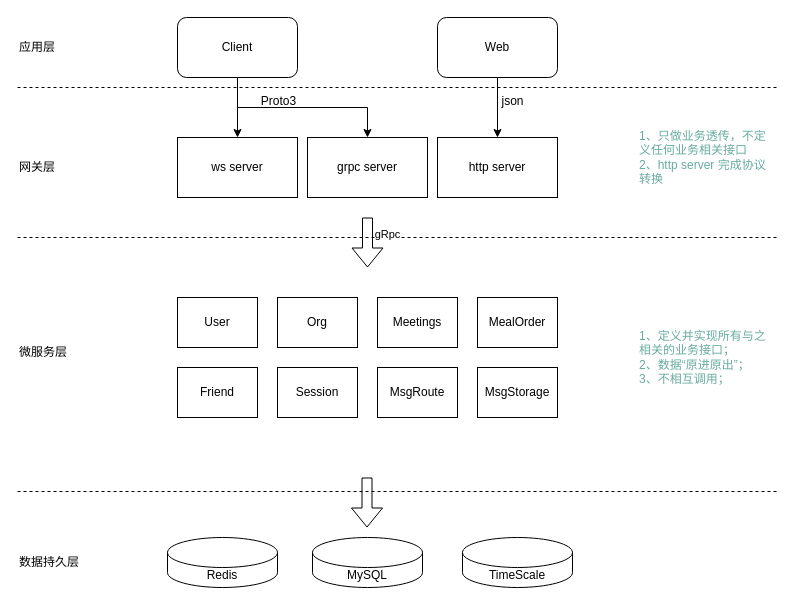
Above: page "OA架构图" (3 of 3) of StreamOA架构设计.drawio in zebra-min/my-design (draw.io), before the change. Source tidied: cells renumbered, new cells numbered last; positions are measured from the earlier drawing's top-left corner, leaving out a move shared by most shapes. Both pictures are drawn from the tidied source at 100%, with x=0, y=0 at pixel (17, 17).
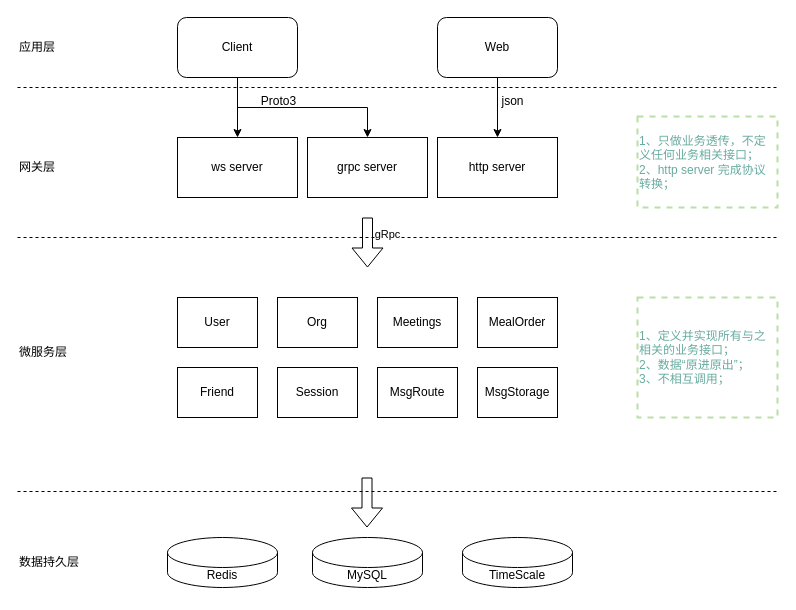
Above is the later version.

The edit, as a diff of the source:
```diff
@@
-    <mxCell id="31" value="1、只做业务透传，不定义任何业务相关接口&lt;br&gt;2、http server 完成协议转换" style="text;strokeColor=none;align=left;fillColor=none;html=1;verticalAlign=middle;whiteSpace=wrap;rounded=0;fontColor=#67AB9F;" parent="1" vertex="1">
-      <mxGeometry x="620" y="110" width="140" height="60" as="geometry" />
+    <mxCell id="31" value="1、只做业务透传，不定义任何业务相关接口；&lt;br&gt;2、http server 完成协议转换；" style="text;strokeColor=#B9E0A5;align=left;fillColor=none;html=1;verticalAlign=middle;whiteSpace=wrap;rounded=0;fontColor=#67AB9F;dashed=1;strokeWidth=2;" parent="1" vertex="1">
+      <mxGeometry x="620" y="99" width="140" height="91" as="geometry" />
     </mxCell>
-    <mxCell id="32" value="1、定义并实现所有与之相关的业务接口；&lt;br&gt;2、数据“原进原出”；&lt;br&gt;3、不相互调用；" style="text;strokeColor=none;align=left;fillColor=none;html=1;verticalAlign=middle;whiteSpace=wrap;rounded=0;fontColor=#67AB9F;" parent="1" vertex="1">
+    <mxCell id="32" value="1、定义并实现所有与之相关的业务接口；&lt;br&gt;2、数据“原进原出”；&lt;br&gt;3、不相互调用；" style="text;strokeColor=#B9E0A5;align=left;fillColor=none;html=1;verticalAlign=middle;whiteSpace=wrap;rounded=0;fontColor=#67AB9F;dashed=1;strokeWidth=2;" parent="1" vertex="1">
       <mxGeometry x="620" y="280" width="140" height="120" as="geometry" />
     </mxCell>
```
